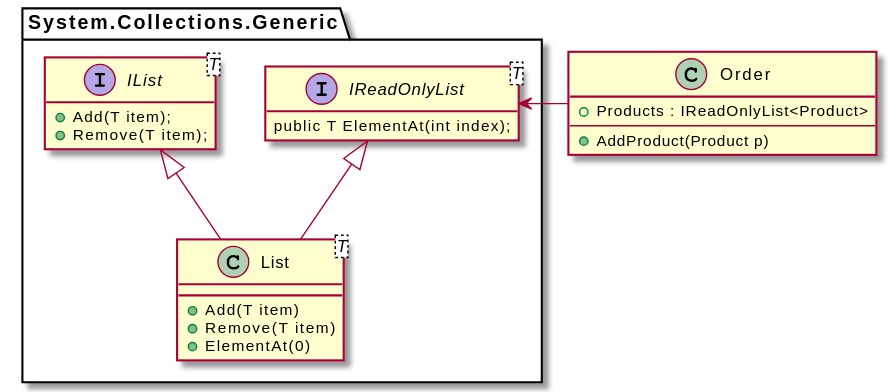
Above: 01 Types/ireadonlylist.svg in schletz/Pos3xhif (PlantUML), before the change.
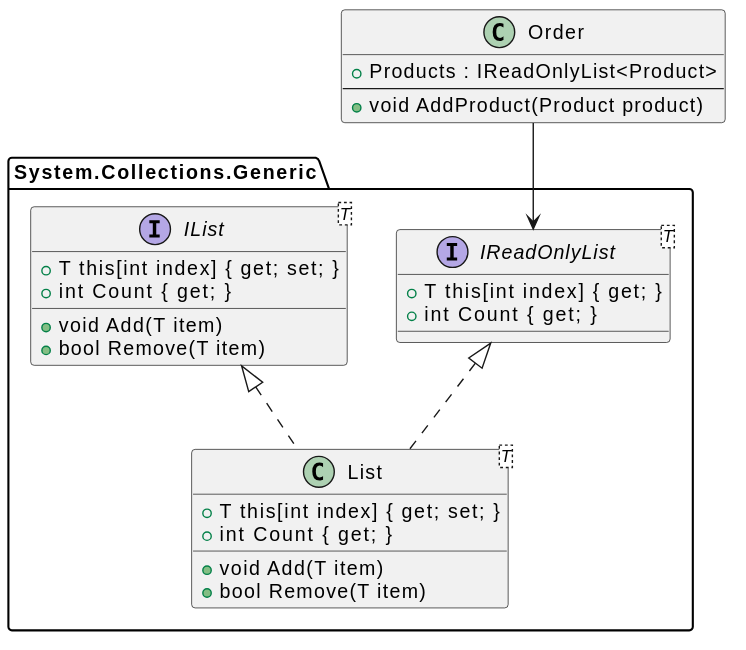
Later version of the same file.

Change to the diagram source:
```diff
@@ -1,33 +1,38 @@
 @startuml
-hide interface fields
+set separator none
+
 package "System.Collections.Generic"
 {
-    interface IReadOnlyList<T>
+    interface "IReadOnlyList<T>" as IReadOnlyList
     {
-        public T ElementAt(int index);
+        +T this[int index] { get; }
+        +int Count { get; }
     }
-    interface IList<T>
+    interface "IList<T>" as IList
     {
-        +Add(T item);
-        +Remove(T item);
+        +T this[int index] { get; set; }
+        +int Count { get; }
+        +void Add(T item)
+        +bool Remove(T item)
     }
 
-    class List<T>
+    class "List<T>" as List
     {
-        +Add(T item)
-        +Remove(T item)
-        +ElementAt(0)
+        +T this[int index] { get; set; }
+        +int Count { get; }
+        +void Add(T item)
+        +bool Remove(T item)
     }
-    List -up-|> IReadOnlyList
-    List -up-|> IList
+    List .up.|> IReadOnlyList
+    List .up.|> IList
 }
 
 class Order
 {
     +Products : IReadOnlyList<Product>
     ---
-    +AddProduct(Product p)
+    +void AddProduct(Product product)
 }
 
-Order --left--> IReadOnlyList
+Order -down-> IReadOnlyList
 @enduml
```
